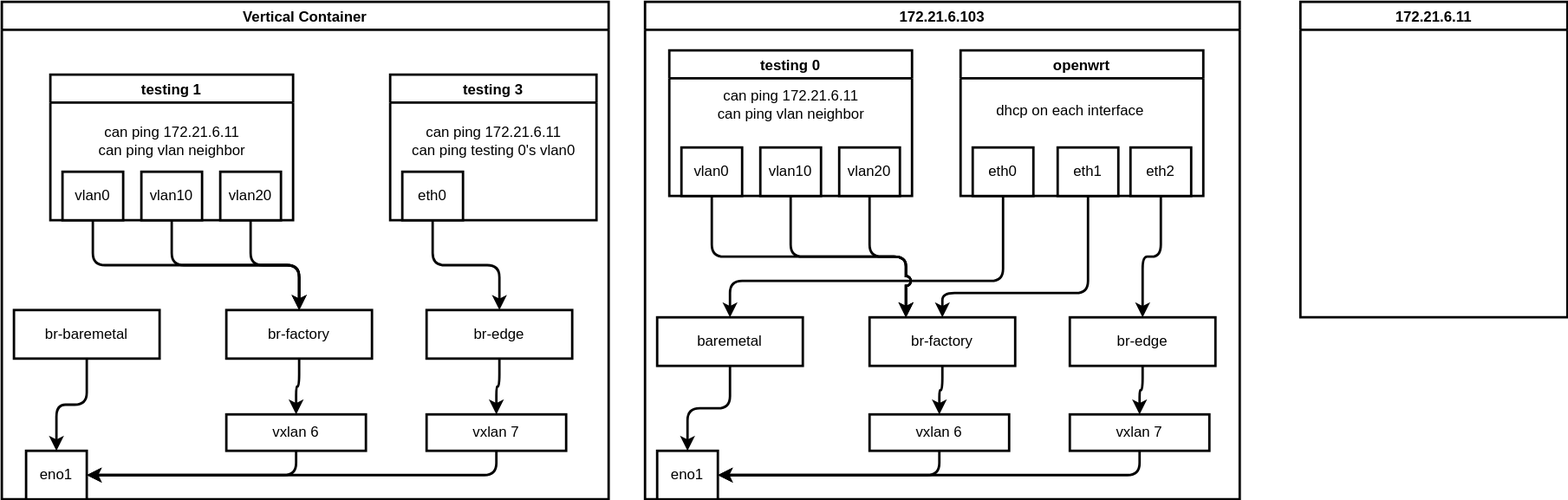
Earlier version of the draw.io export redhat/notes/2022/dia/2022.11.ovs.sdn.drawio.svg (wangzheng422/docker_env). Source tidied: cells renumbered, new cells last; positions are measured from the earlier drawing's top-left corner, leaving out a move shared by most shapes.
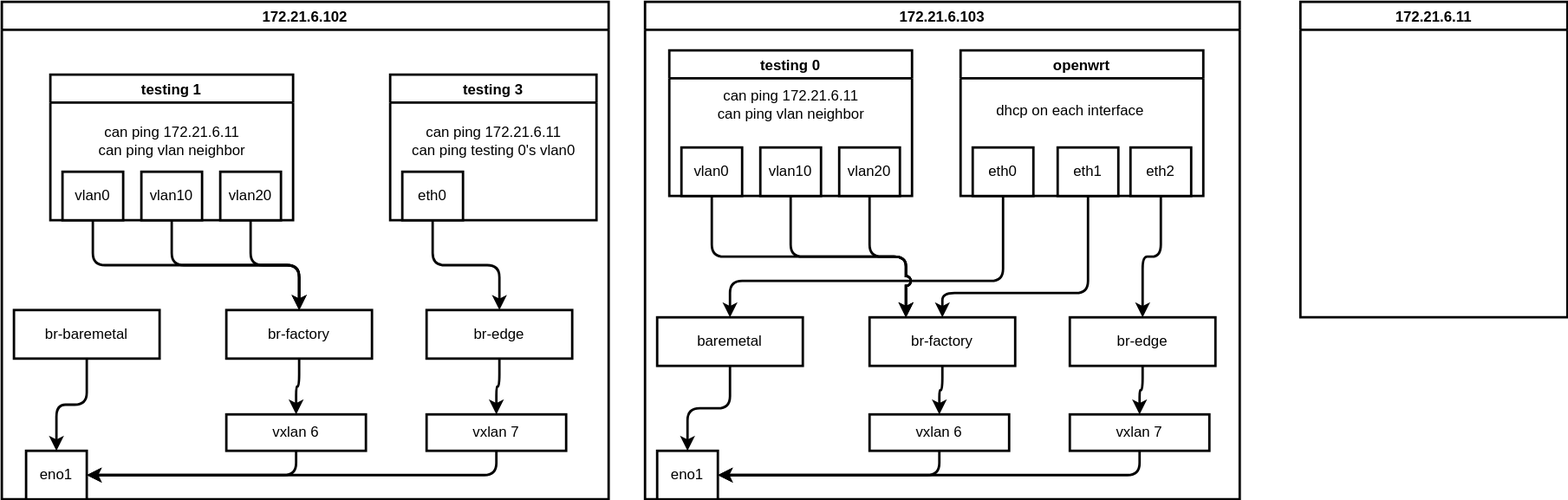
Later version of the same file.

Change to the diagram source:
```diff
@@ -2,7 +2,7 @@
   <root>
     <mxCell id="0" />
     <mxCell id="1" parent="0" />
-    <mxCell id="2" value="Vertical Container" style="swimlane;strokeWidth=2;" parent="1" vertex="1">
+    <mxCell id="2" value="172.21.6.102" style="swimlane;strokeWidth=2;" parent="1" vertex="1">
       <mxGeometry width="500" height="410" as="geometry" />
     </mxCell>
     <mxCell id="3" value="eno1" style="rounded=0;whiteSpace=wrap;html=1;strokeWidth=2;" parent="2" vertex="1">
```
